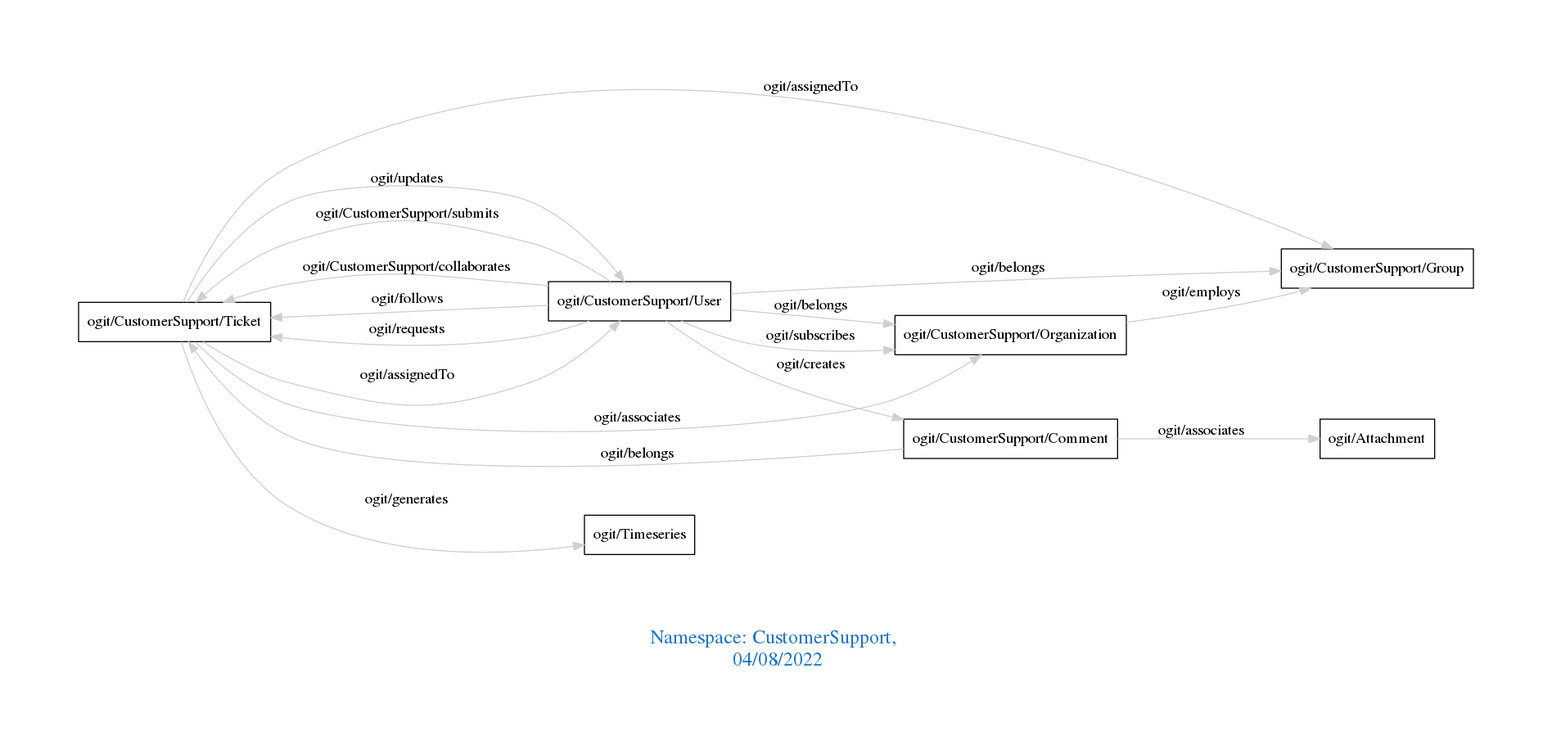
Before: downloads/CustomerSupport.png, a diagram exported from Graphviz (arago/OGIT). Its source is kept beside it as downloads/CustomerSupport.dot.
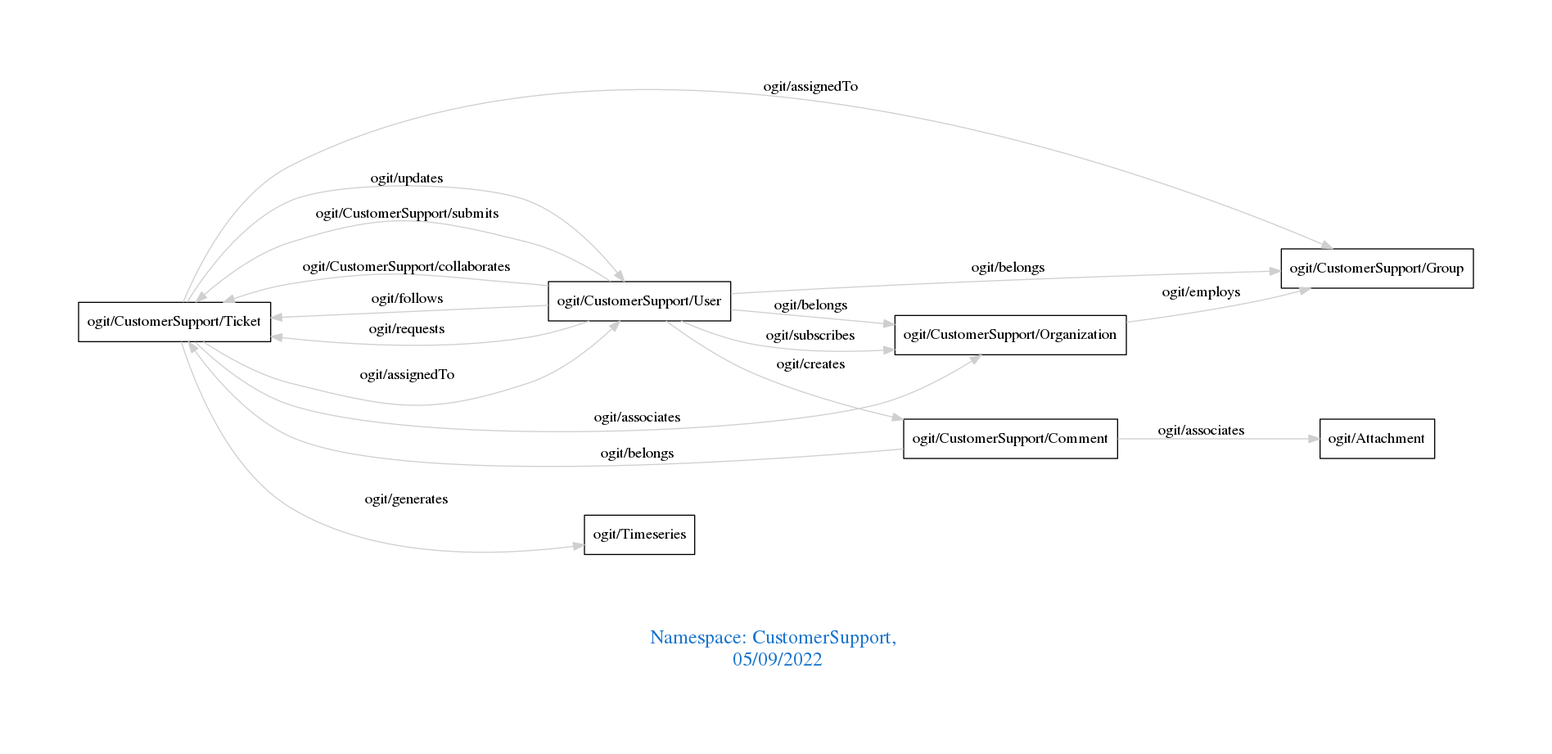
The same diagram one commit later.

Change to the diagram source:
```diff
@@ -1,7 +1,7 @@
 digraph OGIT_ontology {
  graph [ rankdir= LR,pad=1
 fontsize = 18,
-fontcolor= dodgerblue3,label = "\n\n\nNamespace: CustomerSupport, \n 04/08/2022"];
+fontcolor= dodgerblue3,label = "\n\n\nNamespace: CustomerSupport, \n 05/09/2022"];
 node[shape=polygon];
 edge [  color="gray81"];
 
```
